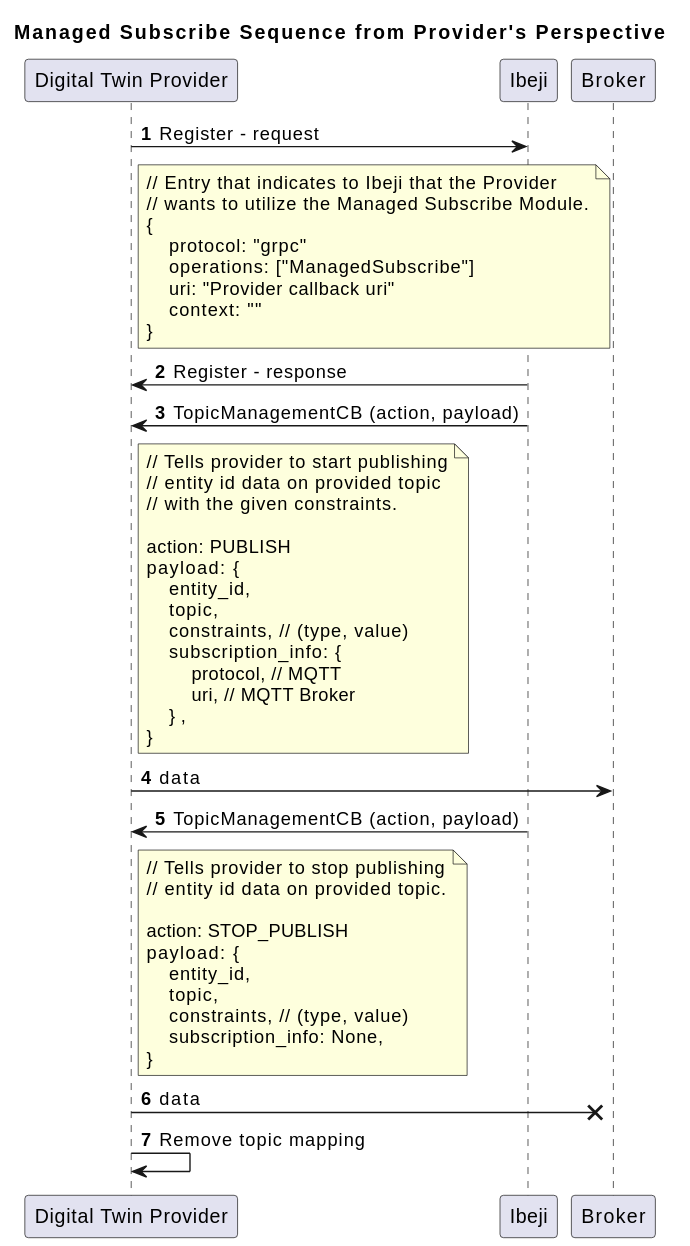
Earlier version of the PlantUML export docs/design/diagrams/managed_subscribe_provider_sequence.svg (eclipse-ibeji/ibeji).
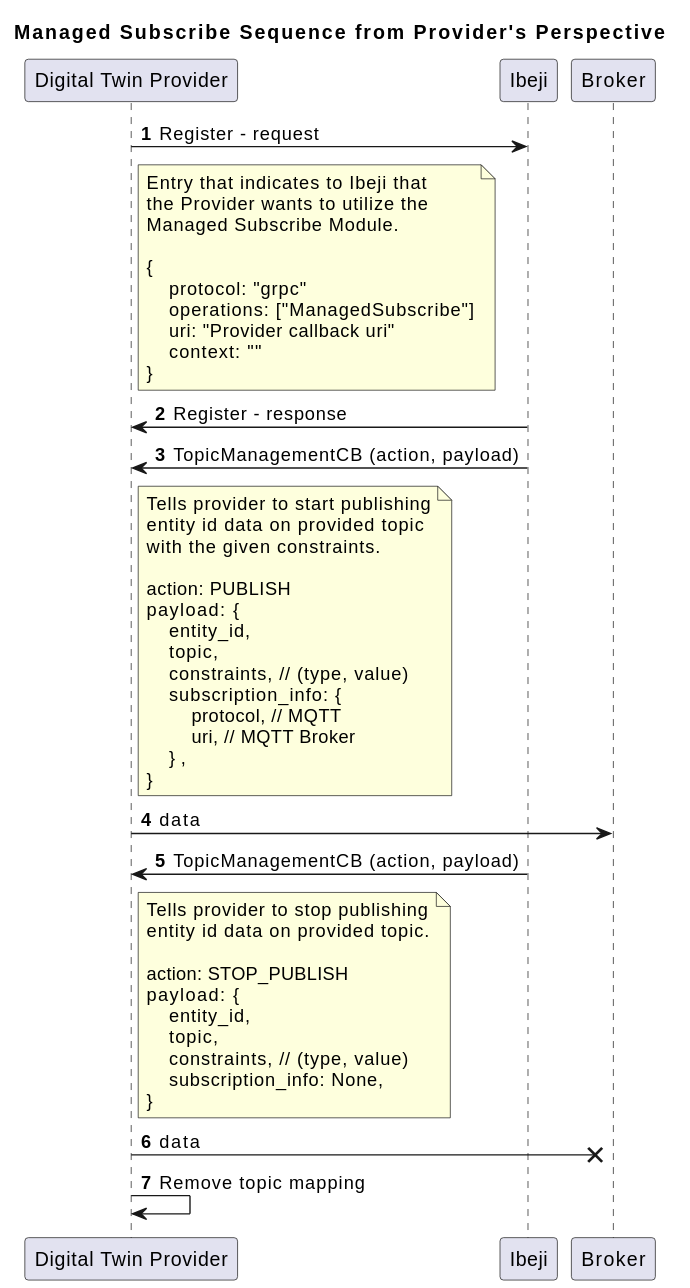
Above is the later version.

Change to the diagram source:
```diff
@@ -8,8 +8,10 @@
 
 DTProvider -> Ibeji: Register - request
 note right of DTProvider
-// Entry that indicates to Ibeji that the Provider
-// wants to utilize the Managed Subscribe Module.
+Entry that indicates to Ibeji that
+the Provider wants to utilize the
+Managed Subscribe Module.
+
 {
     protocol: "grpc"
     operations: ["ManagedSubscribe"]
@@ -21,9 +23,9 @@
 
 Ibeji -> DTProvider: TopicManagementCB (action, payload)
 note right of DTProvider
-// Tells provider to start publishing
-// entity id data on provided topic
-// with the given constraints.
+Tells provider to start publishing
+entity id data on provided topic
+with the given constraints.
 
 action: PUBLISH
 payload: {
@@ -39,8 +41,8 @@
 DTProvider -> Broker: data
 DTProvider <- Ibeji: TopicManagementCB (action, payload)
 note right of DTProvider
-// Tells provider to stop publishing
-// entity id data on provided topic.
+Tells provider to stop publishing
+entity id data on provided topic.
 
 action: STOP_PUBLISH
 payload: {
```
